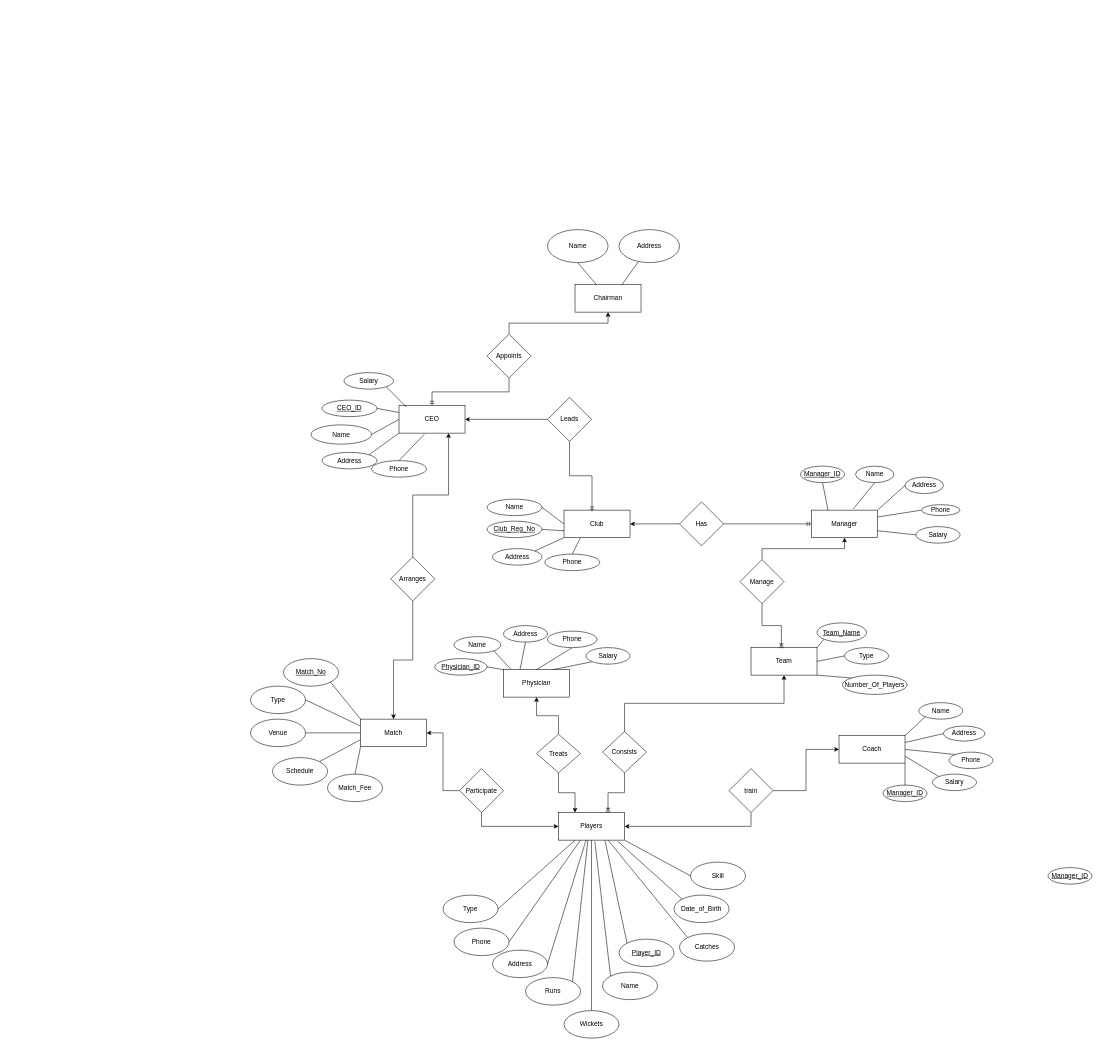
Before: Cricket Club DataBase.drawio in ALPHAMAN-0/ER-Diagram, a draw.io diagram. Source tidied: cells renumbered, new cells numbered last; positions are measured from the earlier drawing's top-left corner, leaving out a move shared by most shapes. Both pictures are drawn from the tidied source at 55%, with x=0, y=0 at pixel (250, 229).
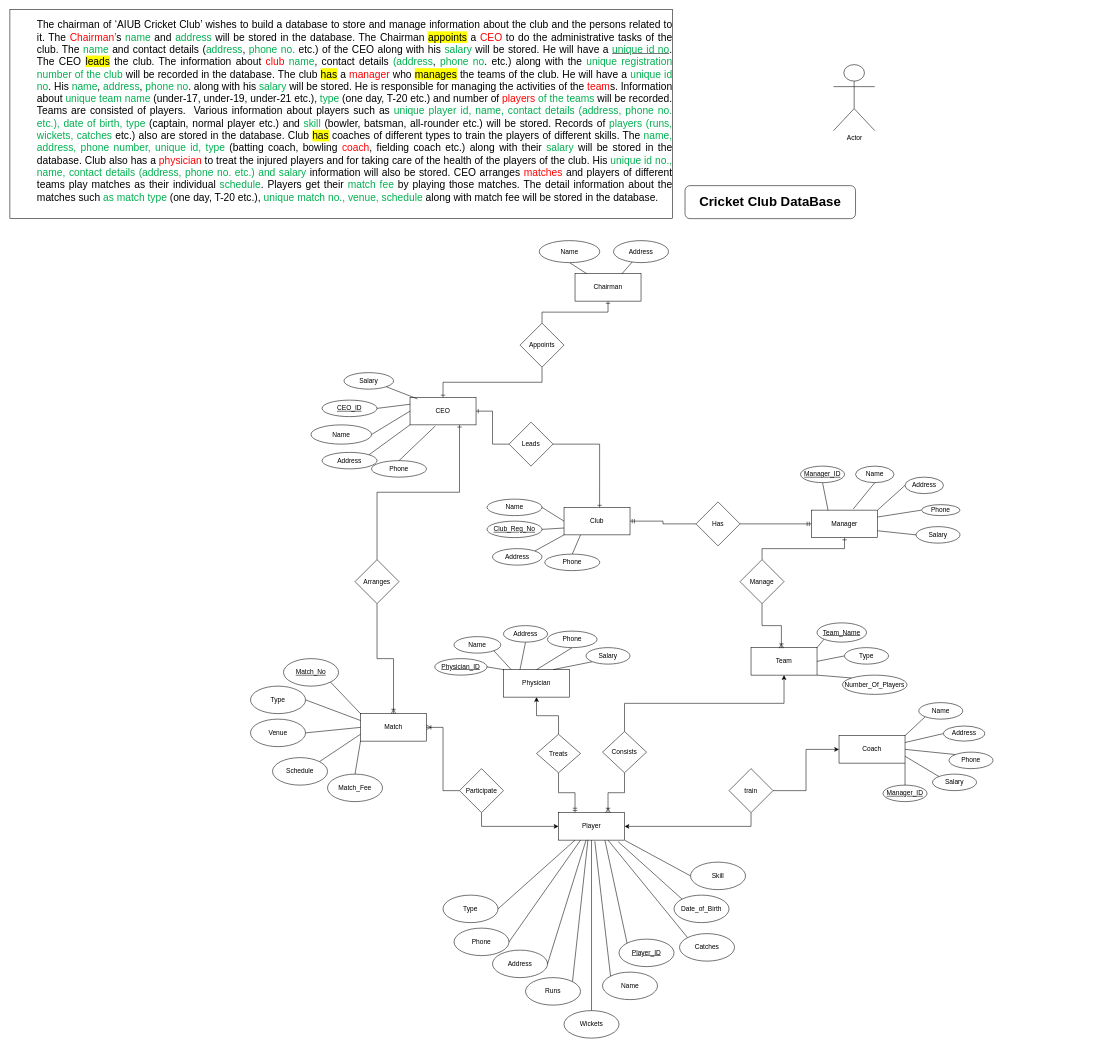
The same diagram, later.

The change refers to these unchanged cells:
```xml
<mxCell id="10" value="Manager" style="rounded=0;whiteSpace=wrap;html=1;" parent="1" vertex="1">
  <mxGeometry x="1020" y="510" width="120" height="50" as="geometry" />
</mxCell>
<mxCell id="25" value="Manage" style="rhombus;whiteSpace=wrap;html=1;" parent="1" vertex="1">
  <mxGeometry x="890" y="600" width="80" height="80" as="geometry" />
</mxCell>
<mxCell id="32" value="Treats" style="rhombus;whiteSpace=wrap;html=1;" parent="1" vertex="1">
  <mxGeometry x="520" y="917.5" width="80" height="70" as="geometry" />
</mxCell>
<mxCell id="35" value="Participate" style="rhombus;whiteSpace=wrap;html=1;" parent="1" vertex="1">
  <mxGeometry x="380" y="980" width="80" height="80" as="geometry" />
</mxCell>
```

Diff of the diagram source:
```diff
@@
     <mxCell id="2" value="Chairman" style="rounded=0;whiteSpace=wrap;html=1;" parent="1" vertex="1">
-      <mxGeometry x="590" y="100" width="120" height="50" as="geometry" />
+      <mxGeometry x="590" y="80" width="120" height="50" as="geometry" />
     </mxCell>
     <mxCell id="3" value="CEO" style="rounded=0;whiteSpace=wrap;html=1;" parent="1" vertex="1">
-      <mxGeometry x="270" y="320" width="120" height="50" as="geometry" />
+      <mxGeometry x="290" y="305" width="120" height="50" as="geometry" />
     </mxCell>
@@
     <mxCell id="8" value="Club" style="rounded=0;whiteSpace=wrap;html=1;" parent="1" vertex="1">
-      <mxGeometry x="570" y="510" width="120" height="50" as="geometry" />
+      <mxGeometry x="570" y="505" width="120" height="50" as="geometry" />
     </mxCell>
-    <mxCell id="9" value="Players" style="rounded=0;whiteSpace=wrap;html=1;" parent="1" vertex="1">
+    <mxCell id="9" value="Player" style="rounded=0;whiteSpace=wrap;html=1;" parent="1" vertex="1">
       <mxGeometry x="560" y="1060" width="120" height="50" as="geometry" />
     </mxCell>
@@
     <mxCell id="14" value="Match" style="rounded=0;whiteSpace=wrap;html=1;" parent="1" vertex="1">
-      <mxGeometry x="200" y="890" width="120" height="50" as="geometry" />
+      <mxGeometry x="200" y="880" width="120" height="50" as="geometry" />
     </mxCell>
-    <mxCell id="15" style="edgeStyle=orthogonalEdgeStyle;rounded=0;jettySize=auto;html=1;exitX=0.5;exitY=0;exitDx=0;exitDy=0;" parent="1" edge="1" source="17" target="2">
+    <mxCell id="15" style="edgeStyle=orthogonalEdgeStyle;rounded=0;jettySize=auto;html=1;exitX=0.5;exitY=0;exitDx=0;exitDy=0;endArrow=ERone;endFill=0;" parent="1" edge="1" source="17" target="2">
       <mxGeometry relative="1" as="geometry" />
     </mxCell>
-    <mxCell id="16" style="edgeStyle=orthogonalEdgeStyle;rounded=0;jettySize=auto;html=1;exitX=0.5;exitY=1;exitDx=0;exitDy=0;entryX=0.5;entryY=0;entryDx=0;entryDy=0;endArrow=ERmandOne;endFill=0;" parent="1" edge="1" source="17" target="3">
+    <mxCell id="16" style="edgeStyle=orthogonalEdgeStyle;rounded=0;jettySize=auto;html=1;exitX=0.5;exitY=1;exitDx=0;exitDy=0;entryX=0.5;entryY=0;entryDx=0;entryDy=0;endArrow=ERone;endFill=0;" parent="1" edge="1" source="17" target="3">
       <mxGeometry relative="1" as="geometry" />
     </mxCell>
     <mxCell id="17" value="Appoints" style="rhombus;whiteSpace=wrap;html=1;" parent="1" vertex="1">
-      <mxGeometry x="430" y="190" width="80" height="80" as="geometry" />
+      <mxGeometry x="490" y="170" width="80" height="80" as="geometry" />
     </mxCell>
-    <mxCell id="18" style="edgeStyle=orthogonalEdgeStyle;rounded=0;jettySize=auto;html=1;entryX=1;entryY=0.5;entryDx=0;entryDy=0;" parent="1" edge="1" source="19" target="3">
+    <mxCell id="18" style="edgeStyle=orthogonalEdgeStyle;rounded=0;jettySize=auto;html=1;entryX=1;entryY=0.5;entryDx=0;entryDy=0;endArrow=ERone;endFill=0;" parent="1" edge="1" source="19" target="3">
       <mxGeometry relative="1" as="geometry" />
     </mxCell>
     <mxCell id="19" value="Leads" style="rhombus;whiteSpace=wrap;html=1;" parent="1" vertex="1">
-      <mxGeometry x="540" y="305" width="80" height="80" as="geometry" />
+      <mxGeometry x="470" y="350" width="80" height="80" as="geometry" />
     </mxCell>
-    <mxCell id="20" style="edgeStyle=orthogonalEdgeStyle;rounded=0;jettySize=auto;html=1;exitX=0.5;exitY=1;exitDx=0;exitDy=0;entryX=0.424;entryY=0.045;entryDx=0;entryDy=0;entryPerimeter=0;endArrow=ERmandOne;endFill=0;" parent="1" edge="1" source="19" target="8">
-      <mxGeometry relative="1" as="geometry" />
-    </mxCell>
@@
-    <mxCell id="22" style="edgeStyle=orthogonalEdgeStyle;rounded=0;jettySize=auto;html=1;exitX=0;exitY=0.5;exitDx=0;exitDy=0;entryX=1;entryY=0.5;entryDx=0;entryDy=0;" parent="1" edge="1" source="23" target="8">
+    <mxCell id="22" style="edgeStyle=orthogonalEdgeStyle;rounded=0;jettySize=auto;html=1;exitX=0;exitY=0.5;exitDx=0;exitDy=0;entryX=1;entryY=0.5;entryDx=0;entryDy=0;endArrow=ERmandOne;endFill=0;" parent="1" edge="1" source="23" target="8">
       <mxGeometry relative="1" as="geometry" />
     </mxCell>
     <mxCell id="23" value="Has" style="rhombus;whiteSpace=wrap;html=1;" parent="1" vertex="1">
-      <mxGeometry x="780" y="495" width="80" height="80" as="geometry" />
+      <mxGeometry x="810" y="495" width="80" height="80" as="geometry" />
     </mxCell>
-    <mxCell id="24" style="edgeStyle=orthogonalEdgeStyle;rounded=0;jettySize=auto;html=1;exitX=0.5;exitY=0;exitDx=0;exitDy=0;entryX=0.5;entryY=1;entryDx=0;entryDy=0;" parent="1" edge="1" source="25" target="10">
+    <mxCell id="24" style="edgeStyle=orthogonalEdgeStyle;rounded=0;jettySize=auto;html=1;exitX=0.5;exitY=0;exitDx=0;exitDy=0;entryX=0.5;entryY=1;entryDx=0;entryDy=0;endArrow=ERone;endFill=0;" parent="1" edge="1" source="25" target="10">
       <mxGeometry relative="1" as="geometry" />
     </mxCell>
@@
-    <mxCell id="31" style="edgeStyle=orthogonalEdgeStyle;rounded=0;jettySize=auto;html=1;exitX=0.5;exitY=1;exitDx=0;exitDy=0;entryX=0.25;entryY=0;entryDx=0;entryDy=0;" parent="1" edge="1" source="32" target="9">
+    <mxCell id="31" style="edgeStyle=orthogonalEdgeStyle;rounded=0;jettySize=auto;html=1;exitX=0.5;exitY=1;exitDx=0;exitDy=0;entryX=0.25;entryY=0;entryDx=0;entryDy=0;endArrow=ERmandOne;endFill=0;" parent="1" edge="1" source="32" target="9">
       <mxGeometry relative="1" as="geometry" />
     </mxCell>
@@
-    <mxCell id="33" style="edgeStyle=orthogonalEdgeStyle;rounded=0;jettySize=auto;html=1;exitX=0;exitY=0.5;exitDx=0;exitDy=0;entryX=1;entryY=0.5;entryDx=0;entryDy=0;" parent="1" edge="1" source="35" target="14">
+    <mxCell id="33" style="edgeStyle=orthogonalEdgeStyle;rounded=0;jettySize=auto;html=1;exitX=0;exitY=0.5;exitDx=0;exitDy=0;entryX=1;entryY=0.5;entryDx=0;entryDy=0;endArrow=ERoneToMany;endFill=0;" parent="1" edge="1" source="35" target="14">
       <mxGeometry relative="1" as="geometry" />
     </mxCell>
@@
     <mxCell id="37" value="Address" style="ellipse;whiteSpace=wrap;html=1;" parent="1" vertex="1">
-      <mxGeometry x="670" width="110" height="60" as="geometry" />
+      <mxGeometry x="660" y="20" width="100" height="40" as="geometry" />
     </mxCell>
@@
     <mxCell id="39" value="Name" style="ellipse;whiteSpace=wrap;html=1;" parent="1" vertex="1">
-      <mxGeometry x="540" width="110" height="60" as="geometry" />
+      <mxGeometry x="525" y="20" width="110" height="40" as="geometry" />
     </mxCell>
@@
-    <mxCell id="110" style="edgeStyle=orthogonalEdgeStyle;rounded=0;jettySize=auto;html=1;exitX=0.5;exitY=0;exitDx=0;exitDy=0;entryX=0.75;entryY=1;entryDx=0;entryDy=0;" parent="1" edge="1" source="112" target="3">
+    <mxCell id="110" style="edgeStyle=orthogonalEdgeStyle;rounded=0;jettySize=auto;html=1;exitX=0.5;exitY=0;exitDx=0;exitDy=0;entryX=0.75;entryY=1;entryDx=0;entryDy=0;endArrow=ERone;endFill=0;" parent="1" edge="1" source="112" target="3">
       <mxGeometry relative="1" as="geometry" />
     </mxCell>
-    <mxCell id="111" style="edgeStyle=orthogonalEdgeStyle;rounded=0;jettySize=auto;html=1;exitX=0.5;exitY=1;exitDx=0;exitDy=0;entryX=0.5;entryY=0;entryDx=0;entryDy=0;" parent="1" edge="1" source="112" target="14">
+    <mxCell id="111" style="edgeStyle=orthogonalEdgeStyle;rounded=0;jettySize=auto;html=1;exitX=0.5;exitY=1;exitDx=0;exitDy=0;entryX=0.5;entryY=0;entryDx=0;entryDy=0;endArrow=ERoneToMany;endFill=0;" parent="1" edge="1" source="112" target="14">
       <mxGeometry relative="1" as="geometry" />
     </mxCell>
     <mxCell id="112" value="Arranges" style="rhombus;whiteSpace=wrap;html=1;" parent="1" vertex="1">
-      <mxGeometry x="255" y="595" width="80" height="80" as="geometry" />
+      <mxGeometry x="190" y="600" width="80" height="80" as="geometry" />
     </mxCell>
@@
-    <mxCell id="118" value="&lt;u&gt;Manager_ID&lt;/u&gt;" style="ellipse;whiteSpace=wrap;html=1;" parent="1" vertex="1">
-      <mxGeometry x="1450" y="1160" width="80" height="30" as="geometry" />
-    </mxCell>
@@
+    <mxCell id="127" value="&lt;p style=&quot;margin: 0cm 0cm 8pt 36pt; text-indent: -18pt; font-size: 10.5pt; font-family: Calibri, sans-serif; text-align: justify;&quot; class=&quot;MsoListParagraph&quot;&gt;&lt;span style=&quot;font-size: 14pt;&quot; lang=&quot;EN-US&quot;&gt;&lt;span style=&quot;font-variant-numeric: normal; font-variant-east-asian: normal; font-variant-alternates: normal; font-size-adjust: none; font-kerning: auto; font-optical-sizing: auto; font-feature-settings: normal; font-variation-settings: normal; font-variant-position: normal; font-variant-emoji: normal; font-stretch: normal; font-size: 7pt; line-height: normal; font-family: &amp;quot;Times New Roman&amp;quot;;&quot;&gt;&amp;nbsp; &amp;nbsp; &amp;nbsp; &amp;nbsp;&amp;nbsp;&lt;/span&gt;&lt;/span&gt;&lt;span style=&quot;font-size: 14pt;&quot; lang=&quot;EN-US&quot;&gt;The chairman of ‘AIUB Cricket Club’ wishes to build a database to store and manage information about the club and the persons related to it. The &lt;span style=&quot;color: red;&quot;&gt;Chairman’&lt;/span&gt;s &lt;span style=&quot;color: rgb(0, 176, 80);&quot;&gt;name &lt;/span&gt;and &lt;span style=&quot;color: rgb(0, 176, 80);&quot;&gt;address&lt;/span&gt; will be stored in the database. The&lt;/span&gt;&lt;span style=&quot;font-size: 14pt;&quot; lang=&quot;EN-US&quot;&gt; &lt;/span&gt;&lt;span style=&quot;font-size: 14pt;&quot; lang=&quot;EN-US&quot;&gt;Chairman &lt;span style=&quot;background: yellow;&quot;&gt;appoints&lt;/span&gt; a &lt;span style=&quot;color: red;&quot;&gt;CEO &lt;/span&gt;to do the administrative tasks of the club. The &lt;span style=&quot;color: rgb(0, 176, 80);&quot;&gt;name&lt;/span&gt; and contact details (&lt;span style=&quot;color: rgb(0, 176, 80);&quot;&gt;address&lt;/span&gt;, &lt;span style=&quot;color: rgb(0, 176, 80);&quot;&gt;phone no.&lt;/span&gt; etc.) of the CEO along with his &lt;span style=&quot;color: rgb(0, 176, 80);&quot;&gt;salary &lt;/span&gt;will be stored. He will have a &lt;u&gt;&lt;span style=&quot;color: rgb(0, 176, 80);&quot;&gt;unique id no&lt;/span&gt;&lt;/u&gt;. The CEO &lt;span style=&quot;background: yellow;&quot;&gt;leads&lt;/span&gt; the club. The information about &lt;span style=&quot;color: red;&quot;&gt;club&lt;/span&gt; &lt;span style=&quot;color: rgb(0, 176, 80);&quot;&gt;name&lt;/span&gt;, contact details &lt;span style=&quot;color: rgb(0, 176, 80);&quot;&gt;(address&lt;/span&gt;, &lt;span style=&quot;color: rgb(0, 176, 80);&quot;&gt;phone no&lt;/span&gt;. etc.) along with the &lt;span style=&quot;color: rgb(0, 176, 80);&quot;&gt;unique registration number of the club &lt;/span&gt;will be recorded in the database. The club &lt;span style=&quot;background: yellow;&quot;&gt;has&lt;/span&gt; a &lt;span style=&quot;color: red;&quot;&gt;manager &lt;/span&gt;who &lt;span style=&quot;background: yellow;&quot;&gt;manages&lt;/span&gt; the teams of the club. He will have a &lt;span style=&quot;color: rgb(0, 176, 80);&quot;&gt;unique id no&lt;/span&gt;. His &lt;span style=&quot;color: rgb(0, 176, 80);&quot;&gt;name&lt;/span&gt;, &lt;span style=&quot;color: rgb(0, 176, 80);&quot;&gt;address&lt;/span&gt;, &lt;span style=&quot;color: rgb(0, 176, 80);&quot;&gt;phone no&lt;/span&gt;. along with his &lt;span style=&quot;color: rgb(0, 176, 80);&quot;&gt;salary&lt;/span&gt; will be stored. He is responsible for managing the activities of the &lt;span style=&quot;color: red;&quot;&gt;team&lt;/span&gt;s. Information about &lt;span style=&quot;color: rgb(0, 176, 80);&quot;&gt;unique team name &lt;/span&gt;(under-17, under-19, under-21 etc.), &lt;span style=&quot;color: rgb(0, 176, 80);&quot;&gt;type&lt;/span&gt; (one day, T-20 etc.) and number of &lt;span style=&quot;color: red;&quot;&gt;players &lt;/span&gt;&lt;span style=&quot;color: rgb(0, 176, 80);&quot;&gt;of the teams &lt;/span&gt;will be recorded. Teams are consisted of players.&amp;nbsp; Various information about players such as &lt;span style=&quot;color: rgb(0, 176, 80);&quot;&gt;unique player id, name, contact details (address, phone no. etc.), date of birth, type&lt;/span&gt; (captain, normal player etc.) and &lt;span style=&quot;color: rgb(0, 176, 80);&quot;&gt;skill&lt;/span&gt; (bowler, batsman, all-rounder etc.) will be stored. Records of &lt;span style=&quot;color: rgb(0, 176, 80);&quot;&gt;players (runs, wickets, catches &lt;/span&gt;etc.) also are stored in the database. Club &lt;span style=&quot;background: yellow;&quot;&gt;has&lt;/span&gt; coaches of different types to train the players of different skills. The &lt;span style=&quot;color: rgb(0, 176, 80);&quot;&gt;name, address, phone number, unique id, type &lt;/span&gt;(batting coach, bowling &lt;span style=&quot;color: red;&quot;&gt;coach&lt;/span&gt;, fielding coach etc.) along with their &lt;span style=&quot;color: rgb(0, 176, 80);&quot;&gt;salary&lt;/span&gt; will be stored in the database. Club also has a &lt;span style=&quot;color: red;&quot;&gt;physician &lt;/span&gt;to treat the injured players and for taking care of the health of the players of the club. His &lt;span style=&quot;color: rgb(0, 176, 80);&quot;&gt;unique id no., name, contact details (address, phone no. etc.) and salary &lt;/span&gt;information will also be stored. CEO arranges &lt;span style=&quot;color: red;&quot;&gt;matches&lt;/span&gt;&lt;span style=&quot;color: rgb(146, 208, 80);&quot;&gt; &lt;/span&gt;and players of different teams play matches as their individual &lt;span style=&quot;color: rgb(0, 176, 80);&quot;&gt;schedule&lt;/span&gt;. Players get their &lt;span style=&quot;color: rgb(0, 176, 80);&quot;&gt;match fee&lt;/span&gt; by playing those matches. The detail information about the matches such &lt;span style=&quot;color: rgb(0, 176, 80);&quot;&gt;as match type &lt;/span&gt;(one day, T-20 etc.), &lt;span style=&quot;color: rgb(0, 176, 80);&quot;&gt;unique match no., venue, schedule &lt;/span&gt;along with match fee will be stored in the database.&lt;/span&gt;&lt;/p&gt;" style="rounded=0;whiteSpace=wrap;html=1;" parent="1" vertex="1">
+      <mxGeometry x="-437.5" y="-400" width="1205" height="380" as="geometry" />
+    </mxCell>
+    <mxCell id="128" value="&lt;h1&gt;Cricket Club DataBase&lt;/h1&gt;" style="rounded=1;whiteSpace=wrap;html=1;" parent="1" vertex="1">
+      <mxGeometry x="790" y="-80" width="310" height="60" as="geometry" />
+    </mxCell>
+    <mxCell id="129" value="Actor" style="shape=umlActor;verticalLabelPosition=bottom;verticalAlign=top;html=1;" parent="1" vertex="1">
+      <mxGeometry x="1060" y="-300" width="75" height="120" as="geometry" />
+    </mxCell>
+    <mxCell id="20" style="edgeStyle=orthogonalEdgeStyle;rounded=0;jettySize=auto;html=1;exitX=1;exitY=0.5;exitDx=0;exitDy=0;entryX=0.539;entryY=0.006;entryDx=0;entryDy=0;entryPerimeter=0;endArrow=ERone;endFill=0;" parent="1" edge="1" source="19" target="8">
+      <mxGeometry relative="1" as="geometry" />
+    </mxCell>
```
